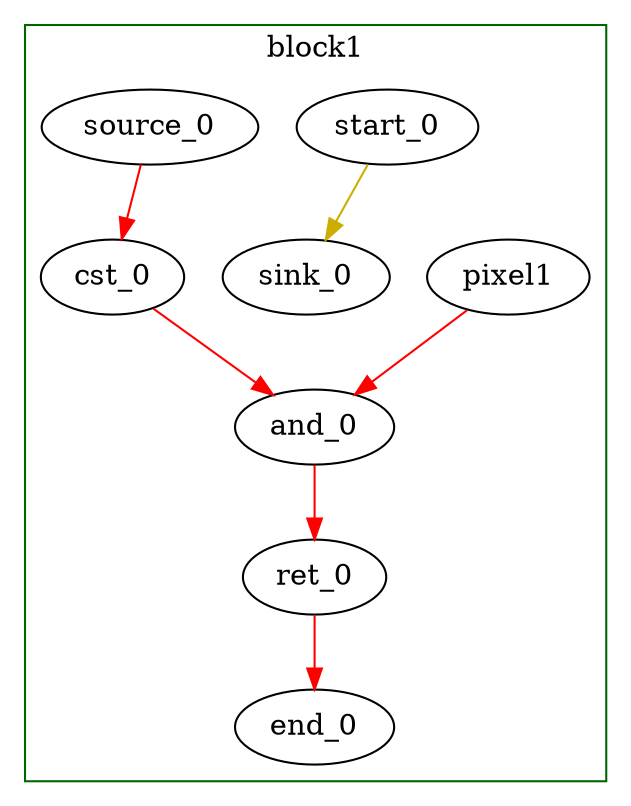
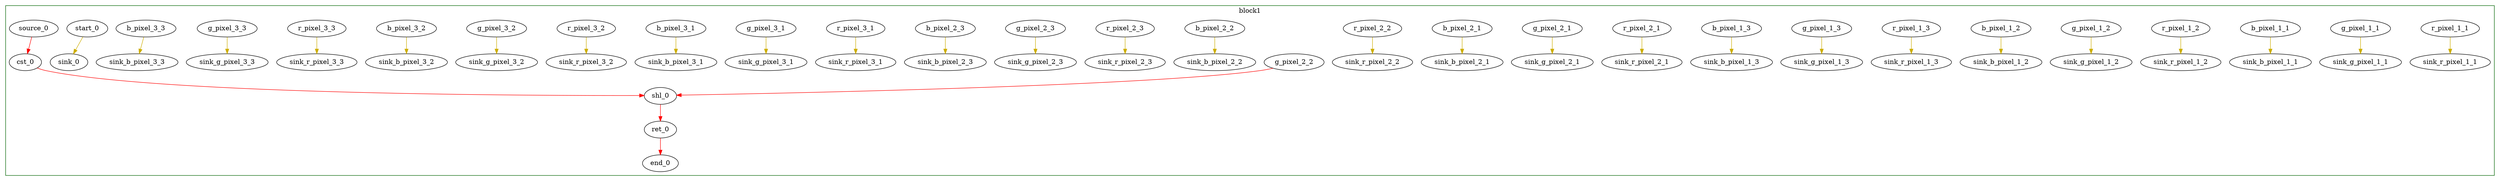
Digraph G {
	splines=spline;
//DHLS version: 0.1.1" [shape = "none" pos = "20,20!"]
- 		"pixel1" [type = "Entry", bbID= 1, in = "in1:32", out = "out1:32"];
- 		"cst_0" [type = "Constant", bbID= 1, in = "in1:32", out = "out1:32", value = "0x0000FF00", delay="0.000 0.000 0.000 100.000 100.000 100.000 100.000 100.000"];
- 		"and_0" [type = "Operator", bbID= 1, op = "and_op", in = "in1:32 in2:32 ", out = "out1:32 ", delay="1.397 1.397 1.400 1.409 100.000 100.000 100.000 100.000", latency=0, II=1];
+ 		"r_pixel_1_1" [type = "Entry", bbID= 1, in = "in1:32", out = "out1:32"];
+ 		"g_pixel_1_1" [type = "Entry", bbID= 1, in = "in1:32", out = "out1:32"];
+ 		"b_pixel_1_1" [type = "Entry", bbID= 1, in = "in1:32", out = "out1:32"];
+ 		"r_pixel_1_2" [type = "Entry", bbID= 1, in = "in1:32", out = "out1:32"];
+ 		"g_pixel_1_2" [type = "Entry", bbID= 1, in = "in1:32", out = "out1:32"];
+ 		"b_pixel_1_2" [type = "Entry", bbID= 1, in = "in1:32", out = "out1:32"];
+ 		"r_pixel_1_3" [type = "Entry", bbID= 1, in = "in1:32", out = "out1:32"];
+ 		"g_pixel_1_3" [type = "Entry", bbID= 1, in = "in1:32", out = "out1:32"];
+ 		"b_pixel_1_3" [type = "Entry", bbID= 1, in = "in1:32", out = "out1:32"];
+ 		"r_pixel_2_1" [type = "Entry", bbID= 1, in = "in1:32", out = "out1:32"];
+ 		"g_pixel_2_1" [type = "Entry", bbID= 1, in = "in1:32", out = "out1:32"];
+ 		"b_pixel_2_1" [type = "Entry", bbID= 1, in = "in1:32", out = "out1:32"];
+ 		"r_pixel_2_2" [type = "Entry", bbID= 1, in = "in1:32", out = "out1:32"];
+ 		"g_pixel_2_2" [type = "Entry", bbID= 1, in = "in1:32", out = "out1:32"];
+ 		"b_pixel_2_2" [type = "Entry", bbID= 1, in = "in1:32", out = "out1:32"];
+ 		"r_pixel_2_3" [type = "Entry", bbID= 1, in = "in1:32", out = "out1:32"];
+ 		"g_pixel_2_3" [type = "Entry", bbID= 1, in = "in1:32", out = "out1:32"];
+ 		"b_pixel_2_3" [type = "Entry", bbID= 1, in = "in1:32", out = "out1:32"];
+ 		"r_pixel_3_1" [type = "Entry", bbID= 1, in = "in1:32", out = "out1:32"];
+ 		"g_pixel_3_1" [type = "Entry", bbID= 1, in = "in1:32", out = "out1:32"];
+ 		"b_pixel_3_1" [type = "Entry", bbID= 1, in = "in1:32", out = "out1:32"];
+ 		"r_pixel_3_2" [type = "Entry", bbID= 1, in = "in1:32", out = "out1:32"];
+ 		"g_pixel_3_2" [type = "Entry", bbID= 1, in = "in1:32", out = "out1:32"];
+ 		"b_pixel_3_2" [type = "Entry", bbID= 1, in = "in1:32", out = "out1:32"];
+ 		"r_pixel_3_3" [type = "Entry", bbID= 1, in = "in1:32", out = "out1:32"];
+ 		"g_pixel_3_3" [type = "Entry", bbID= 1, in = "in1:32", out = "out1:32"];
+ 		"b_pixel_3_3" [type = "Entry", bbID= 1, in = "in1:32", out = "out1:32"];
+ 		"sink_r_pixel_1_1" [type = "Sink", bbID= 0, in = "in1:32"];
+ 		"sink_g_pixel_1_1" [type = "Sink", bbID= 0, in = "in1:32"];
+ 		"sink_b_pixel_1_1" [type = "Sink", bbID= 0, in = "in1:32"];
+ 		"sink_r_pixel_1_2" [type = "Sink", bbID= 0, in = "in1:32"];
+ 		"sink_g_pixel_1_2" [type = "Sink", bbID= 0, in = "in1:32"];
+ 		"sink_b_pixel_1_2" [type = "Sink", bbID= 0, in = "in1:32"];
+ 		"sink_r_pixel_1_3" [type = "Sink", bbID= 0, in = "in1:32"];
+ 		"sink_g_pixel_1_3" [type = "Sink", bbID= 0, in = "in1:32"];
+ 		"sink_b_pixel_1_3" [type = "Sink", bbID= 0, in = "in1:32"];
+ 		"sink_r_pixel_2_1" [type = "Sink", bbID= 0, in = "in1:32"];
+ 		"sink_g_pixel_2_1" [type = "Sink", bbID= 0, in = "in1:32"];
+ 		"sink_b_pixel_2_1" [type = "Sink", bbID= 0, in = "in1:32"];
+ 		"sink_r_pixel_2_2" [type = "Sink", bbID= 0, in = "in1:32"];
+ 		"sink_b_pixel_2_2" [type = "Sink", bbID= 0, in = "in1:32"];
+ 		"sink_r_pixel_2_3" [type = "Sink", bbID= 0, in = "in1:32"];
+ 		"sink_g_pixel_2_3" [type = "Sink", bbID= 0, in = "in1:32"];
+ 		"sink_b_pixel_2_3" [type = "Sink", bbID= 0, in = "in1:32"];
+ 		"sink_r_pixel_3_1" [type = "Sink", bbID= 0, in = "in1:32"];
+ 		"sink_g_pixel_3_1" [type = "Sink", bbID= 0, in = "in1:32"];
+ 		"sink_b_pixel_3_1" [type = "Sink", bbID= 0, in = "in1:32"];
+ 		"sink_r_pixel_3_2" [type = "Sink", bbID= 0, in = "in1:32"];
+ 		"sink_g_pixel_3_2" [type = "Sink", bbID= 0, in = "in1:32"];
+ 		"sink_b_pixel_3_2" [type = "Sink", bbID= 0, in = "in1:32"];
+ 		"sink_r_pixel_3_3" [type = "Sink", bbID= 0, in = "in1:32"];
+ 		"sink_g_pixel_3_3" [type = "Sink", bbID= 0, in = "in1:32"];
+ 		"sink_b_pixel_3_3" [type = "Sink", bbID= 0, in = "in1:32"];
+ 		"cst_0" [type = "Constant", bbID= 1, in = "in1:32", out = "out1:32", value = "0x00000008", delay="0.000 0.000 0.000 100.000 100.000 100.000 100.000 100.000"];
+ 		"shl_0" [type = "Operator", bbID= 1, op = "shl_op", in = "in1:32 in2:32 ", out = "out1:32 ", delay="3.466 1.397 1.400 1.409 100.000 100.000 100.000 100.000", latency=0, II=1];
		"ret_0" [type = "Operator", bbID= 1, op = "ret_op", in = "in1:32 ", out = "out1:32 ", delay="1.412 1.409 0.000 100.000 100.000 100.000 100.000 100.000", latency=0, II=1];
		"end_0" [type = "Exit", bbID= 0, in = "in1:32 ", out = "out1:32"];
		"start_0" [type = "Entry", control= "true", bbID= 1, in = "in1:0", out = "out1:0"];
		"sink_0" [type = "Sink", bbID= 0, in = "in1:0"];
		"source_0" [type = "Source", bbID= 1, out = "out1:32"];
	subgraph cluster_0 {
	color = "darkgreen";
		label = "block1";
- 		"pixel1" -> "and_0" [color = "red", from = "out1", to = "in1"];
- 		"cst_0" -> "and_0" [color = "red", from = "out1", to = "in2"];
- 		"and_0" -> "ret_0" [color = "red", from = "out1", to = "in1"];
+ 		"g_pixel_2_2" -> "shl_0" [color = "red", from = "out1", to = "in1"];
+ 		"cst_0" -> "shl_0" [color = "red", from = "out1", to = "in2"];
+ 		"shl_0" -> "ret_0" [color = "red", from = "out1", to = "in1"];
		"ret_0" -> "end_0" [color = "red", from = "out1", to = "in1"];
		"start_0" -> "sink_0" [color = "gold3", from = "out1", to = "in1"];
		"source_0" -> "cst_0" [color = "red", from = "out1", to = "in1"];
+ 
+ 		"r_pixel_1_1" -> "sink_r_pixel_1_1" [color = "gold3", from = "out1", to = "in1"];
+ 		"g_pixel_1_1" -> "sink_g_pixel_1_1" [color = "gold3", from = "out1", to = "in1"];
+ 		"b_pixel_1_1" -> "sink_b_pixel_1_1" [color = "gold3", from = "out1", to = "in1"];
+ 		"r_pixel_1_2" -> "sink_r_pixel_1_2" [color = "gold3", from = "out1", to = "in1"];
+ 		"g_pixel_1_2" -> "sink_g_pixel_1_2" [color = "gold3", from = "out1", to = "in1"];
+ 		"b_pixel_1_2" -> "sink_b_pixel_1_2" [color = "gold3", from = "out1", to = "in1"];
+ 		"r_pixel_1_3" -> "sink_r_pixel_1_3" [color = "gold3", from = "out1", to = "in1"];
+ 		"g_pixel_1_3" -> "sink_g_pixel_1_3" [color = "gold3", from = "out1", to = "in1"];
+ 		"b_pixel_1_3" -> "sink_b_pixel_1_3" [color = "gold3", from = "out1", to = "in1"];
+ 		"r_pixel_2_1" -> "sink_r_pixel_2_1" [color = "gold3", from = "out1", to = "in1"];
+ 		"g_pixel_2_1" -> "sink_g_pixel_2_1" [color = "gold3", from = "out1", to = "in1"];
+ 		"b_pixel_2_1" -> "sink_b_pixel_2_1" [color = "gold3", from = "out1", to = "in1"];
+ 		"r_pixel_2_2" -> "sink_r_pixel_2_2" [color = "gold3", from = "out1", to = "in1"];
+ 		"b_pixel_2_2" -> "sink_b_pixel_2_2" [color = "gold3", from = "out1", to = "in1"];
+ 		"r_pixel_2_3" -> "sink_r_pixel_2_3" [color = "gold3", from = "out1", to = "in1"];
+ 		"g_pixel_2_3" -> "sink_g_pixel_2_3" [color = "gold3", from = "out1", to = "in1"];
+ 		"b_pixel_2_3" -> "sink_b_pixel_2_3" [color = "gold3", from = "out1", to = "in1"];
+ 		"r_pixel_3_1" -> "sink_r_pixel_3_1" [color = "gold3", from = "out1", to = "in1"];
+ 		"g_pixel_3_1" -> "sink_g_pixel_3_1" [color = "gold3", from = "out1", to = "in1"];
+ 		"b_pixel_3_1" -> "sink_b_pixel_3_1" [color = "gold3", from = "out1", to = "in1"];
+ 		"r_pixel_3_2" -> "sink_r_pixel_3_2" [color = "gold3", from = "out1", to = "in1"];
+ 		"g_pixel_3_2" -> "sink_g_pixel_3_2" [color = "gold3", from = "out1", to = "in1"];
+ 		"b_pixel_3_2" -> "sink_b_pixel_3_2" [color = "gold3", from = "out1", to = "in1"];
+ 		"r_pixel_3_3" -> "sink_r_pixel_3_3" [color = "gold3", from = "out1", to = "in1"];
+ 		"g_pixel_3_3" -> "sink_g_pixel_3_3" [color = "gold3", from = "out1", to = "in1"];
+ 		"b_pixel_3_3" -> "sink_b_pixel_3_3" [color = "gold3", from = "out1", to = "in1"];
	}
- }+ }
